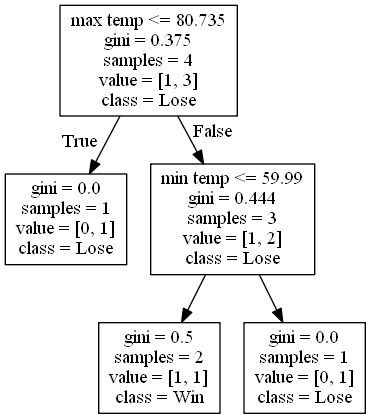
Above: DecisionTrees/Conference USAdecision_tree_no_score_or_attendance13.png in alexana-steck/CSE482Project (Graphviz), before the change. Its source is kept beside it as DecisionTrees/Conference USAdecision_tree_no_score_or_attendance13.dot. Its diagram source:
```dot
digraph Tree {
node [shape=box] ;
0 [label="max temp <= 80.735\ngini = 0.375\nsamples = 4\nvalue = [1, 3]\nclass = Lose"] ;
1 [label="gini = 0.0\nsamples = 1\nvalue = [0, 1]\nclass = Lose"] ;
0 -> 1 [labeldistance=2.5, labelangle=45, headlabel="True"] ;
2 [label="min temp <= 59.99\ngini = 0.444\nsamples = 3\nvalue = [1, 2]\nclass = Lose"] ;
0 -> 2 [labeldistance=2.5, labelangle=-45, headlabel="False"] ;
3 [label="gini = 0.5\nsamples = 2\nvalue = [1, 1]\nclass = Win"] ;
2 -> 3 ;
4 [label="gini = 0.0\nsamples = 1\nvalue = [0, 1]\nclass = Lose"] ;
2 -> 4 ;
}
```
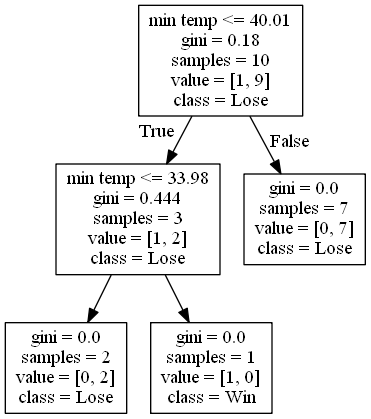
The same diagram one commit later.

What changed in the source:
```diff
@@ -1,12 +1,12 @@
 digraph Tree {
 node [shape=box] ;
-0 [label="max temp <= 80.735\ngini = 0.375\nsamples = 4\nvalue = [1, 3]\nclass = Lose"] ;
-1 [label="gini = 0.0\nsamples = 1\nvalue = [0, 1]\nclass = Lose"] ;
+0 [label="min temp <= 40.01\ngini = 0.18\nsamples = 10\nvalue = [1, 9]\nclass = Lose"] ;
+1 [label="min temp <= 33.98\ngini = 0.444\nsamples = 3\nvalue = [1, 2]\nclass = Lose"] ;
 0 -> 1 [labeldistance=2.5, labelangle=45, headlabel="True"] ;
-2 [label="min temp <= 59.99\ngini = 0.444\nsamples = 3\nvalue = [1, 2]\nclass = Lose"] ;
-0 -> 2 [labeldistance=2.5, labelangle=-45, headlabel="False"] ;
-3 [label="gini = 0.5\nsamples = 2\nvalue = [1, 1]\nclass = Win"] ;
-2 -> 3 ;
-4 [label="gini = 0.0\nsamples = 1\nvalue = [0, 1]\nclass = Lose"] ;
-2 -> 4 ;
+2 [label="gini = 0.0\nsamples = 2\nvalue = [0, 2]\nclass = Lose"] ;
+1 -> 2 ;
+3 [label="gini = 0.0\nsamples = 1\nvalue = [1, 0]\nclass = Win"] ;
+1 -> 3 ;
+4 [label="gini = 0.0\nsamples = 7\nvalue = [0, 7]\nclass = Lose"] ;
+0 -> 4 [labeldistance=2.5, labelangle=-45, headlabel="False"] ;
 }
```
